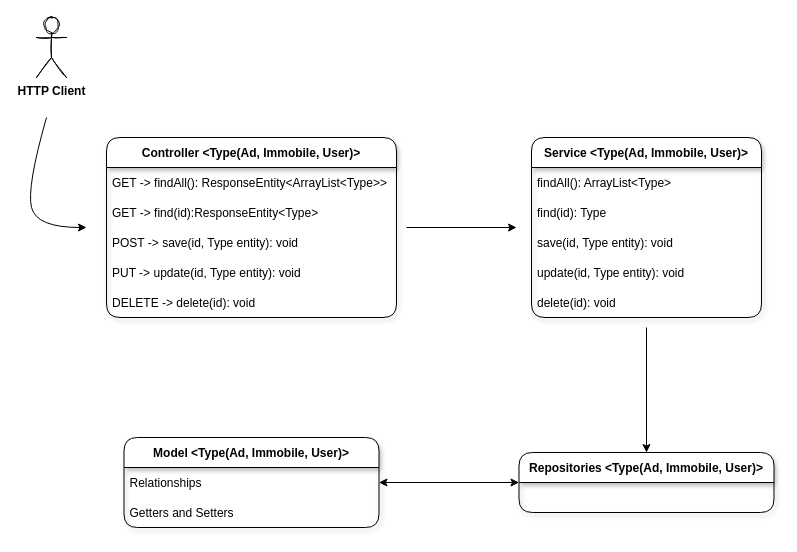
Above: docs/Diagrama de Classes/Fluxo.drawio in joaocarvoli/project-backendMandacaru (draw.io), before the change. Source tidied: cells renumbered, new cells numbered last; positions are measured from the earlier drawing's top-left corner, leaving out a move shared by most shapes. Both pictures are drawn from the tidied source at 100%, with x=0, y=0 at pixel (26, 17).
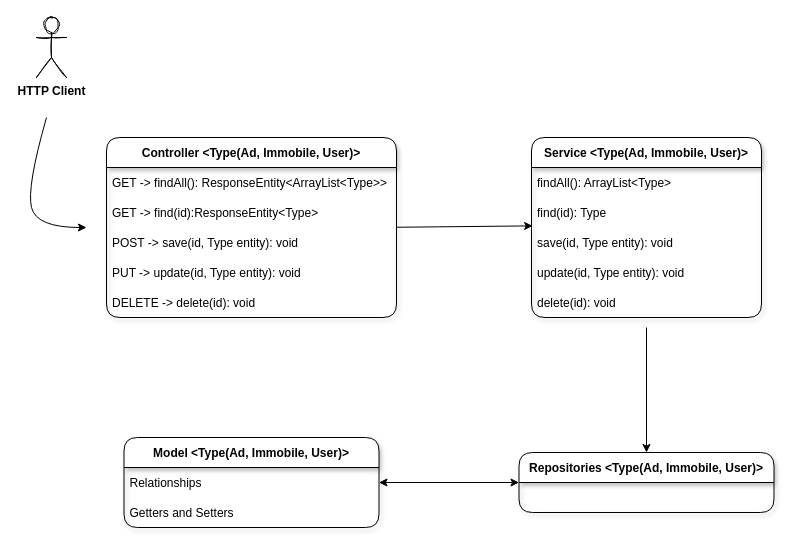
Above is the later version.

Commit message:
Atualizando Diagrama de Classes/Fluxo.drawio

The change refers to these unchanged cells:
```xml
<mxCell id="6" value="POST -&gt; save(id, Type entity): void" style="text;strokeColor=none;fillColor=none;align=left;verticalAlign=middle;spacingLeft=4;spacingRight=4;overflow=hidden;points=[[0,0.5],[1,0.5]];portConstraint=eastwest;sketch=0;shadow=1;rounded=1;" parent="3" vertex="1">
  <mxGeometry y="90" width="290" height="30" as="geometry" />
</mxCell>
<mxCell id="13" value="save(id, Type entity): void" style="text;strokeColor=none;fillColor=none;align=left;verticalAlign=middle;spacingLeft=4;spacingRight=4;overflow=hidden;points=[[0,0.5],[1,0.5]];portConstraint=eastwest;sketch=0;shadow=1;rounded=1;" parent="10" vertex="1">
  <mxGeometry y="90" width="230" height="30" as="geometry" />
</mxCell>
```

What changed in the source:
```diff
@@
-    <mxCell id="16" style="endArrow=classic;html=1;rounded=0;" parent="1" edge="1">
-      <mxGeometry relative="1" as="geometry">
-        <mxPoint x="380" y="210" as="sourcePoint" />
-        <mxPoint x="490" y="210" as="targetPoint" />
-      </mxGeometry>
+    <mxCell id="16" style="endArrow=classic;html=1;rounded=0;exitX=1.001;exitY=-0.008;exitDx=0;exitDy=0;exitPerimeter=0;entryX=0.005;entryY=-0.054;entryDx=0;entryDy=0;entryPerimeter=0;" parent="1" edge="1" source="6" target="13">
+      <mxGeometry relative="1" as="geometry" />
     </mxCell>
```
